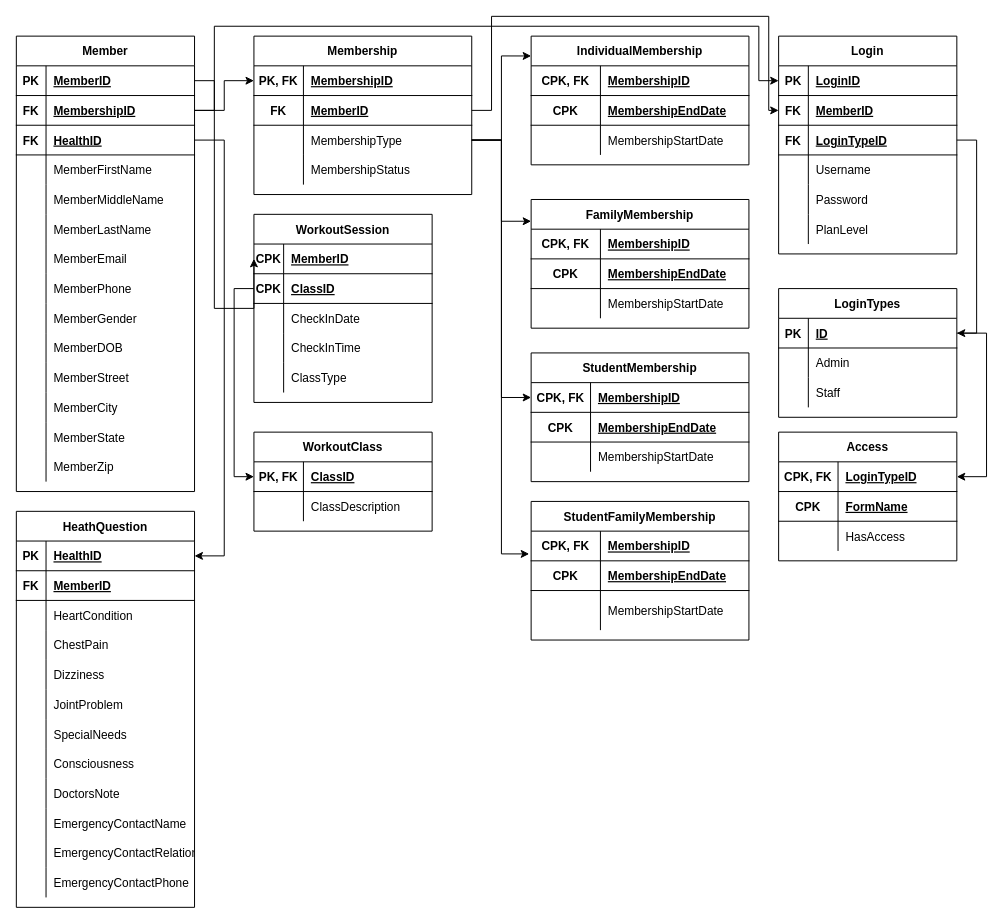
The draw.io diagram Untitled Diagram.drawio in aayushbhurtel/gym-management-system, before the edit. Source tidied: cells renumbered, new cells numbered last; positions are measured from the earlier drawing's top-left corner, leaving out a move shared by most shapes. Both pictures are drawn from the tidied source at 99%, with x=0, y=0 at pixel (16, 16).
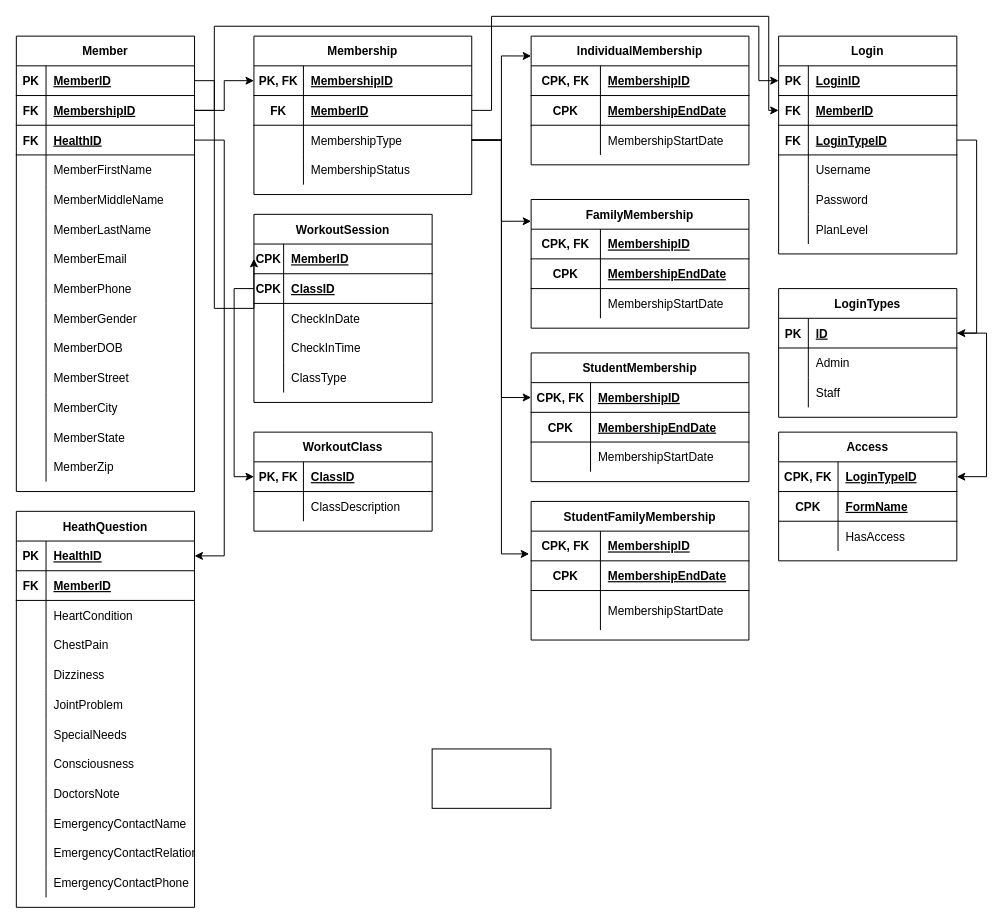
The same diagram, later.

The edit, as a diff of the source:
```diff
@@
+    <mxCell id="209" style="rounded=0;whiteSpace=wrap;html=1;" parent="1" vertex="1">
+      <mxGeometry x="420" y="740" width="120" height="60" as="geometry" />
+    </mxCell>
```
